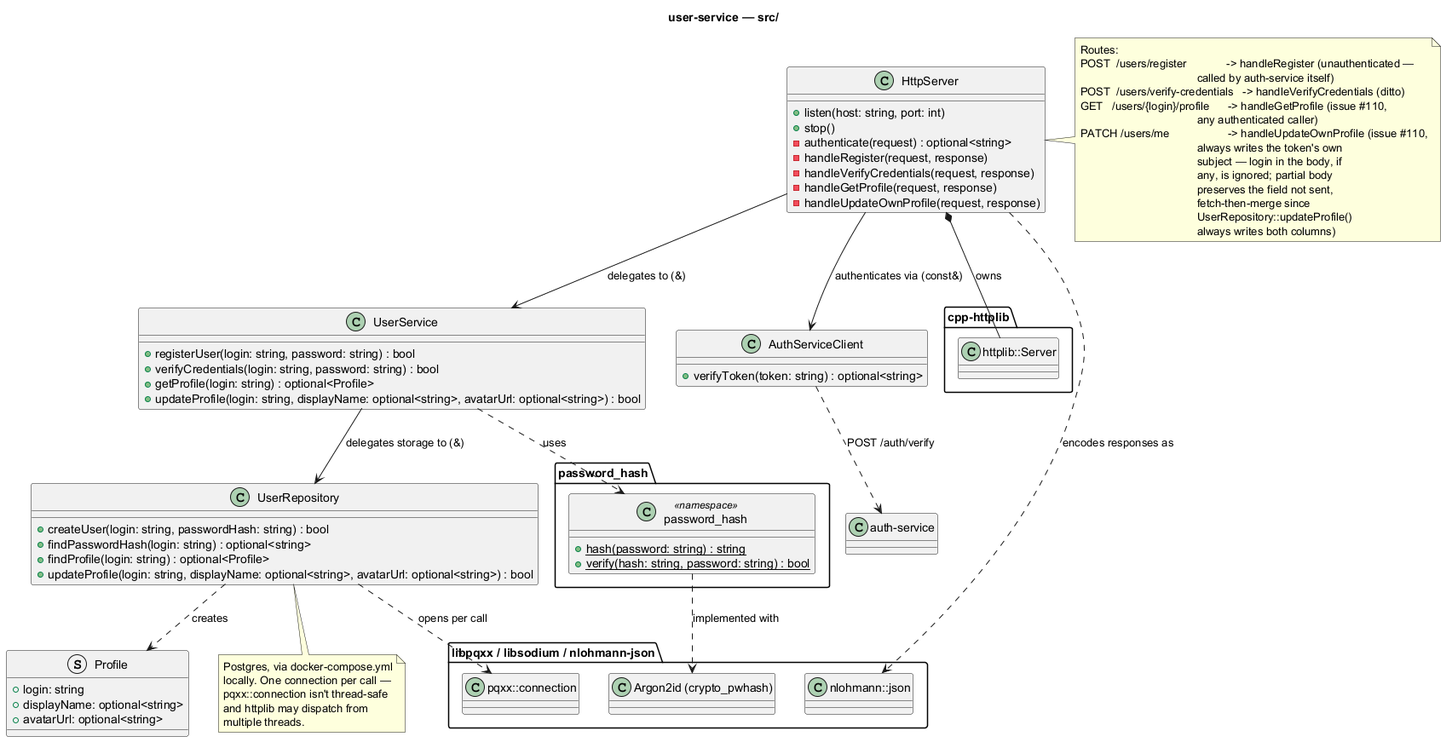
Above: services/user-service/docs/diagrams/user-service.png in NekrasovIS/Exp (PlantUML), before the change.
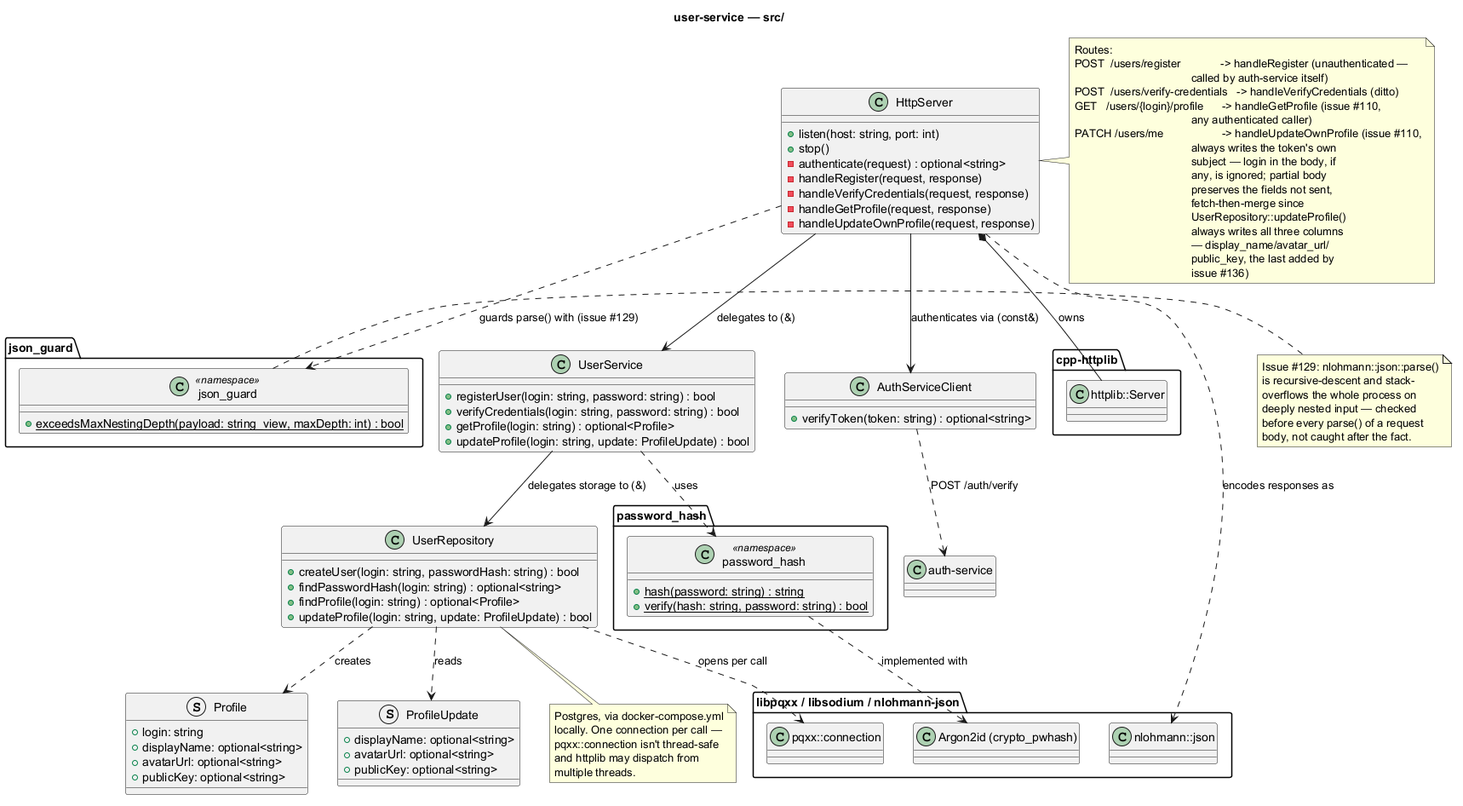
Above is the later version.

The edit, as a diff of the source:
```diff
@@ -22,22 +22,30 @@
   +login: string
   +displayName: optional<string>
   +avatarUrl: optional<string>
+  +publicKey: optional<string>
+}
+
+struct ProfileUpdate {
+  +displayName: optional<string>
+  +avatarUrl: optional<string>
+  +publicKey: optional<string>
 }
 
 class UserRepository {
   +createUser(login: string, passwordHash: string) : bool
   +findPasswordHash(login: string) : optional<string>
   +findProfile(login: string) : optional<Profile>
-  +updateProfile(login: string, displayName: optional<string>, avatarUrl: optional<string>) : bool
+  +updateProfile(login: string, update: ProfileUpdate) : bool
 }
 UserRepository ..> PqxxConnection : opens per call
 UserRepository ..> Profile : creates
+UserRepository ..> ProfileUpdate : reads
 
 class UserService {
   +registerUser(login: string, password: string) : bool
   +verifyCredentials(login: string, password: string) : bool
   +getProfile(login: string) : optional<Profile>
-  +updateProfile(login: string, displayName: optional<string>, avatarUrl: optional<string>) : bool
+  +updateProfile(login: string, update: ProfileUpdate) : bool
 }
 UserService --> UserRepository : delegates storage to (&)
 UserService ..> password_hash.password_hash : uses
@@ -47,6 +55,12 @@
   +verifyToken(token: string) : optional<string>
 }
 AuthServiceClient ..> "auth-service" : POST /auth/verify
+
+namespace json_guard {
+  class json_guard <<namespace>> {
+    +{static} exceedsMaxNestingDepth(payload: string_view, maxDepth: int) : bool
+  }
+}
 
 class HttpServer {
   +listen(host: string, port: int)
@@ -61,6 +75,7 @@
 HttpServer --> AuthServiceClient : authenticates via (const&)
 HttpServer *-- HttplibServer : owns
 HttpServer ..> Json : encodes responses as
+HttpServer ..> json_guard.json_guard : guards parse() with (issue #129)
 
 note right of HttpServer
   Routes:
@@ -73,10 +88,22 @@
                                         always writes the token's own
                                         subject — login in the body, if
                                         any, is ignored; partial body
-                                        preserves the field not sent,
+                                        preserves the fields not sent,
                                         fetch-then-merge since
                                         UserRepository::updateProfile()
-                                        always writes both columns)
+                                        always writes all three columns
+                                        — display_name/avatar_url/
+                                        public_key, the last added by
+                                        issue #136)
+end note
+
+note right of json_guard.json_guard
+  Issue #129: nlohmann::json::parse()
+  is recursive-descent and stack-
+  overflows the whole process on
+  deeply nested input — checked
+  before every parse() of a request
+  body, not caught after the fact.
 end note
 
 note bottom of UserRepository
```
